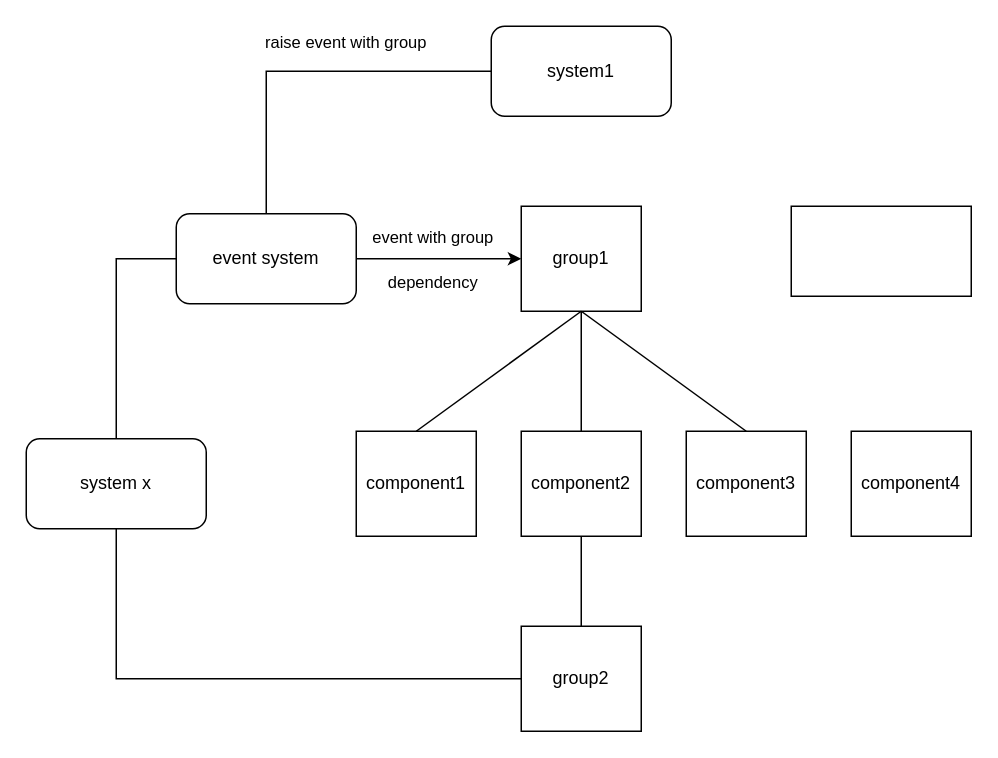
Before: Untitled Diagram.drawio in foxfei83/draw, a draw.io diagram. Source tidied: cells renumbered, new cells numbered last; positions are measured from the earlier drawing's top-left corner, leaving out a move shared by most shapes. Both pictures are drawn from the tidied source at 150%, with x=0, y=0 at pixel (26, 26).
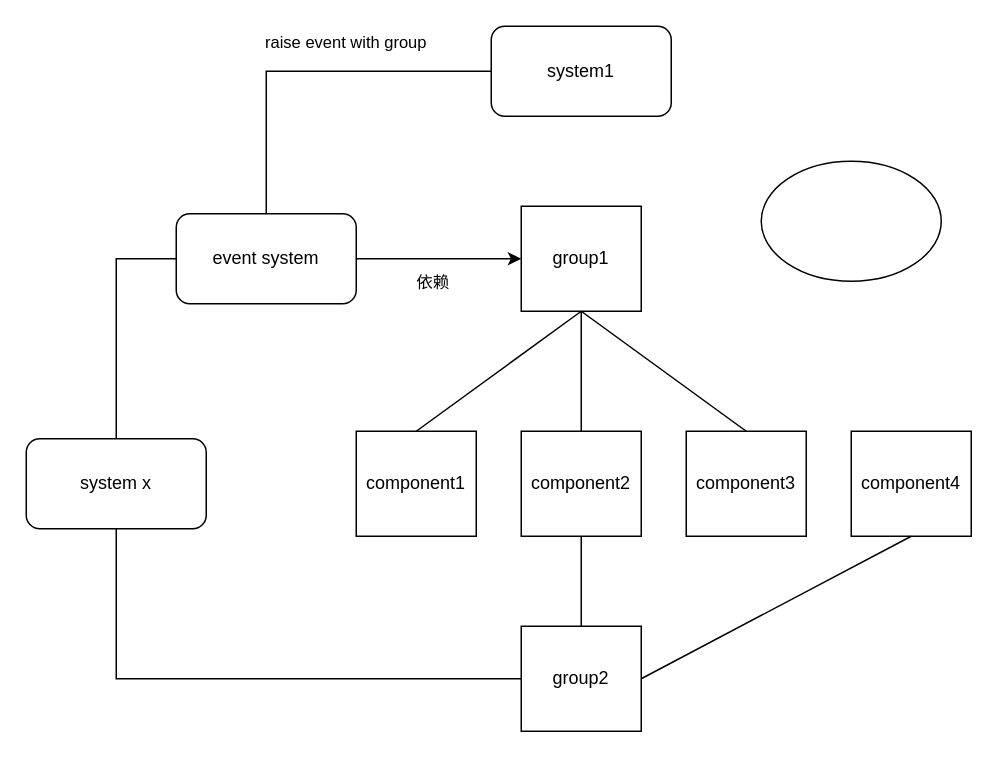
The same page after the edit.

Unchanged cells that the change refers to:
```xml
<mxCell id="5" value="component4" style="rounded=0;whiteSpace=wrap;html=1;" parent="1" vertex="1">
  <mxGeometry x="550" y="270" width="80" height="70" as="geometry" />
</mxCell>
<mxCell id="10" value="group2" style="rounded=0;whiteSpace=wrap;html=1;" parent="1" vertex="1">
  <mxGeometry x="330" y="400" width="80" height="70" as="geometry" />
</mxCell>
<mxCell id="15" style="endArrow=classic;html=1;rounded=0;entryX=0;entryY=0.5;entryDx=0;entryDy=0;exitX=1;exitY=0.5;exitDx=0;exitDy=0;" parent="1" edge="1" source="12" target="6">
  <mxGeometry relative="1" as="geometry" />
</mxCell>
```

What changed in the source:
```diff
@@
-    <mxCell id="16" value="dependency" style="edgeLabel;html=1;align=center;verticalAlign=middle;" parent="15" vertex="1">
+    <mxCell id="16" value="依赖" style="edgeLabel;html=1;align=center;verticalAlign=middle;" parent="15" vertex="1">
       <mxGeometry x="-0.25" y="-2" relative="1" as="geometry">
         <mxPoint x="9" y="13" as="offset" />
       </mxGeometry>
     </mxCell>
-    <mxCell id="17" value="event with group" style="edgeLabel;html=1;align=center;verticalAlign=middle;" parent="15" vertex="1">
-      <mxGeometry x="-0.05" y="-2" relative="1" as="geometry">
-        <mxPoint x="-2" y="-17" as="offset" />
-      </mxGeometry>
-    </mxCell>
@@
-    <mxCell id="22" style="rounded=0;whiteSpace=wrap;html=1;" parent="1" vertex="1">
-      <mxGeometry x="510" y="120" width="120" height="60" as="geometry" />
-    </mxCell>
+    <mxCell id="23" style="endArrow=none;html=1;rounded=0;exitX=1;exitY=0.5;exitDx=0;exitDy=0;entryX=0.5;entryY=1;entryDx=0;entryDy=0;" parent="1" edge="1" source="10" target="5">
+      <mxGeometry relative="1" as="geometry" />
+    </mxCell>
+    <mxCell id="24" style="ellipse;whiteSpace=wrap;html=1;" parent="1" vertex="1">
+      <mxGeometry x="490" y="90" width="120" height="80" as="geometry" />
+    </mxCell>
```
